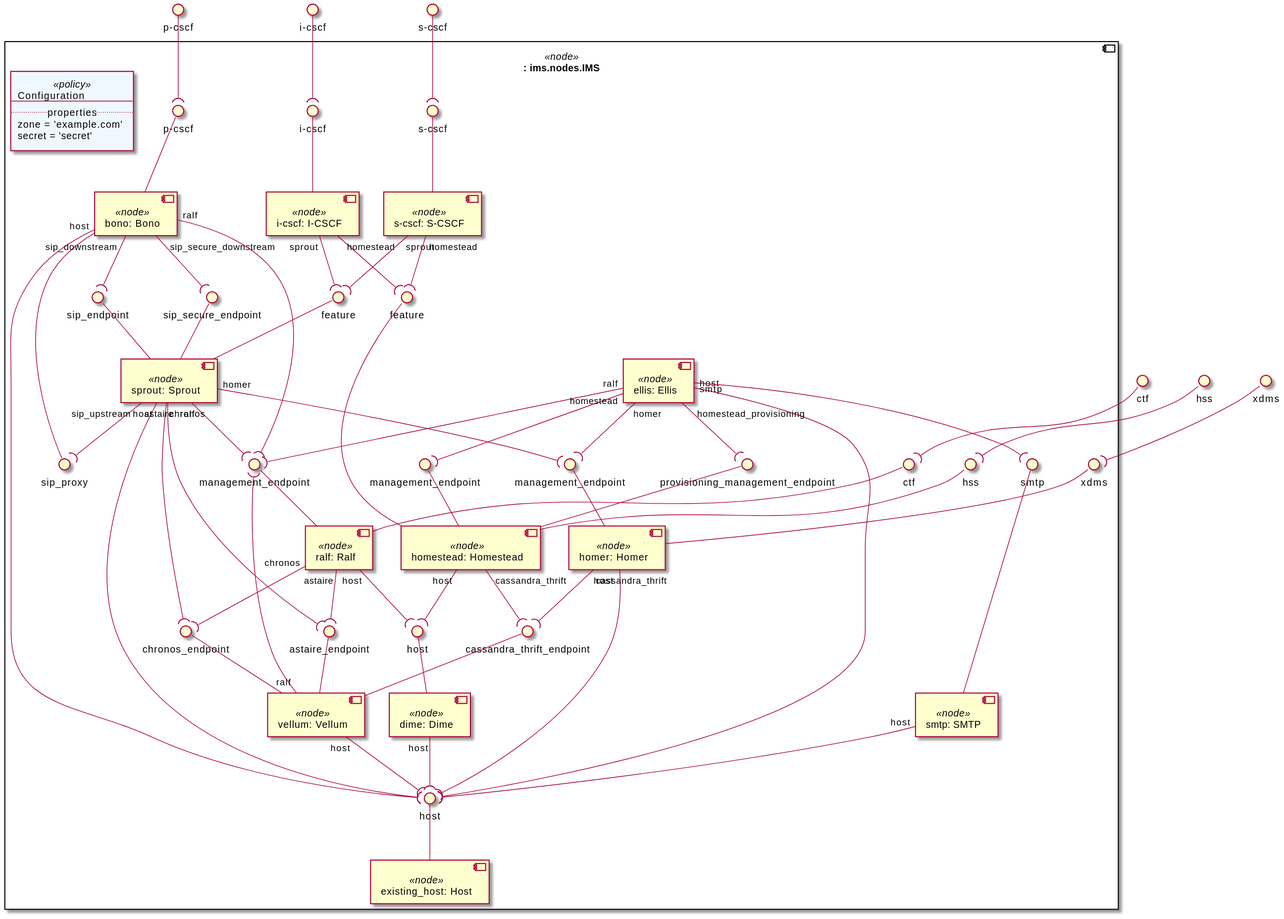
The PlantUML diagram examples/ariatosca/diagrams/uml2/clearwater-single-existing-1.0-uml2-component-diagram1.svg in Orange-OpenSource/Cloudnet-TOSCA-toolbox, before a commit.
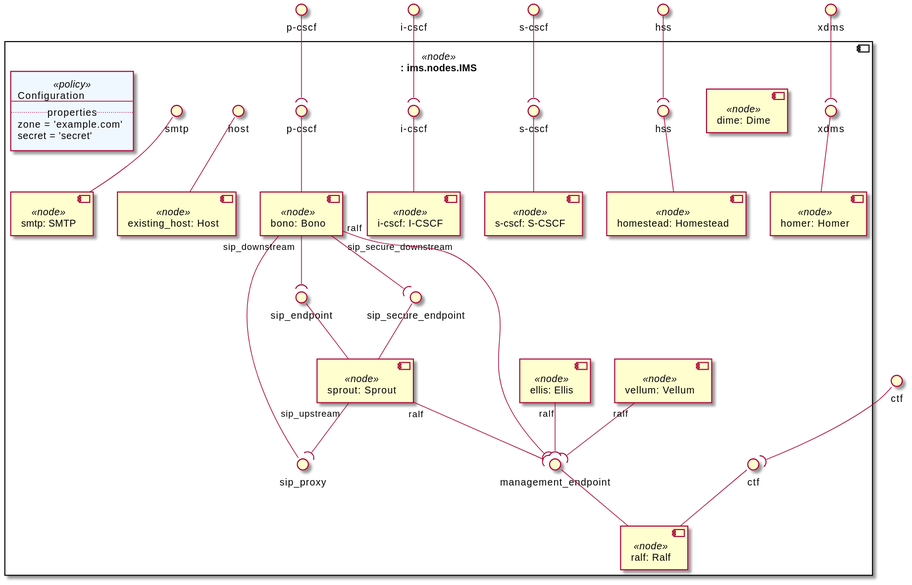
Above is the later version.

The edit, as a diff of the source:
```diff
@@ -15,26 +15,16 @@
 node_bono_sip_proxy -- node_bono
 
 component "sprout: Sprout" <<node>> as node_sprout
-interface "feature" as node_sprout_feature
-node_sprout_feature -- node_sprout
 interface "sip_endpoint" as node_sprout_sip_endpoint
 node_sprout_sip_endpoint -- node_sprout
 interface "sip_secure_endpoint" as node_sprout_sip_secure_endpoint
 node_sprout_sip_secure_endpoint -- node_sprout
 
 component "dime: Dime" <<node>> as node_dime
-interface "host" as node_dime_host
-node_dime_host -- node_dime
 
 component "homestead: Homestead" <<node>> as node_homestead
-interface "feature" as node_homestead_feature
-node_homestead_feature -- node_homestead
 interface "hss" as node_homestead_hss
 node_homestead_hss -- node_homestead
-interface "management_endpoint" as node_homestead_management_endpoint
-node_homestead_management_endpoint -- node_homestead
-interface "provisioning_management_endpoint" as node_homestead_provisioning_management_endpoint
-node_homestead_provisioning_management_endpoint -- node_homestead
 
 component "ralf: Ralf" <<node>> as node_ralf
 interface "ctf" as node_ralf_ctf
@@ -43,18 +33,10 @@
 node_ralf_management_endpoint -- node_ralf
 
 component "homer: Homer" <<node>> as node_homer
-interface "management_endpoint" as node_homer_management_endpoint
-node_homer_management_endpoint -- node_homer
 interface "xdms" as node_homer_xdms
 node_homer_xdms -- node_homer
 
 component "vellum: Vellum" <<node>> as node_vellum
-interface "astaire_endpoint" as node_vellum_astaire_endpoint
-node_vellum_astaire_endpoint -- node_vellum
-interface "cassandra_thrift_endpoint" as node_vellum_cassandra_thrift_endpoint
-node_vellum_cassandra_thrift_endpoint -- node_vellum
-interface "chronos_endpoint" as node_vellum_chronos_endpoint
-node_vellum_chronos_endpoint -- node_vellum
 
 component "i-cscf: I-CSCF" <<node>> as node_i_cscf
 interface "i-cscf" as node_i_cscf_i_cscf
@@ -77,34 +59,10 @@
 node_bono "sip_downstream" --( node_sprout_sip_endpoint
 node_bono "sip_secure_downstream" --( node_sprout_sip_secure_endpoint
 node_bono "ralf" --( node_ralf_management_endpoint
-node_bono "host" --( node_existing_host_host
 node_sprout "ralf" --( node_ralf_management_endpoint
 node_sprout "sip_upstream" --( node_bono_sip_proxy
-node_sprout "host" --( node_existing_host_host
-node_sprout "homer" --( node_homer_management_endpoint
-node_sprout "chronos" --( node_vellum_chronos_endpoint
-node_sprout "astaire" --( node_vellum_astaire_endpoint
-node_dime "host" --( node_existing_host_host
-node_homestead "host" --( node_dime_host
-node_homestead "cassandra_thrift" --( node_vellum_cassandra_thrift_endpoint
-node_ralf "host" --( node_dime_host
-node_ralf "chronos" --( node_vellum_chronos_endpoint
-node_ralf "astaire" --( node_vellum_astaire_endpoint
-node_homer "host" --( node_existing_host_host
-node_homer "cassandra_thrift" --( node_vellum_cassandra_thrift_endpoint
 node_vellum "ralf" --( node_ralf_management_endpoint
-node_vellum "host" --( node_existing_host_host
-node_i_cscf "sprout" --( node_sprout_feature
-node_i_cscf "homestead" --( node_homestead_feature
-node_s_cscf "sprout" --( node_sprout_feature
-node_s_cscf "homestead" --( node_homestead_feature
 node_ellis "ralf" --( node_ralf_management_endpoint
-node_ellis "host" --( node_existing_host_host
-node_ellis "homer" --( node_homer_management_endpoint
-node_ellis "homestead" --( node_homestead_management_endpoint
-node_ellis "homestead_provisioning" --( node_homestead_provisioning_management_endpoint
-node_ellis "smtp" --( node_smtp_smtp
-node_smtp "host" --( node_existing_host_host
 agent policy_configuration <<policy>> #AliceBlue [
 Configuration
 ---
```
